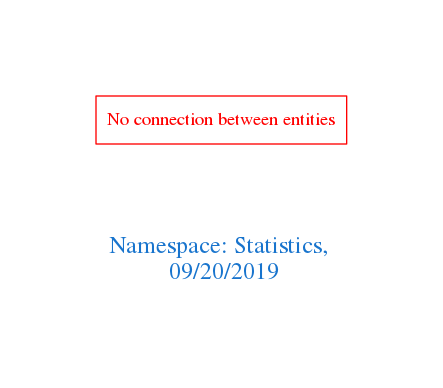
Above: downloads/Statistics.png in arago/OGIT (Graphviz), before the change. Its source is kept beside it as downloads/Statistics.dot.
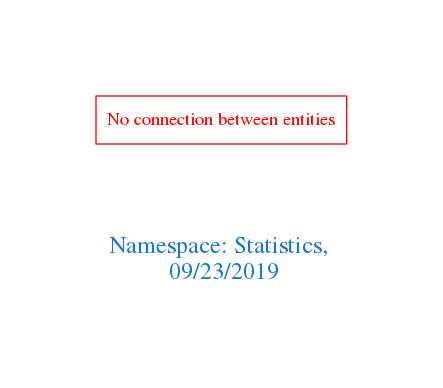
The same file after the commit.

Diff of the diagram source:
```diff
@@ -1,7 +1,7 @@
 digraph OGIT_ontology {
  graph [ rankdir= LR,pad=1
 fontsize = 18,
-fontcolor= dodgerblue3,label = "\n\n\nNamespace: Statistics, \n 09/20/2019"];
+fontcolor= dodgerblue3,label = "\n\n\nNamespace: Statistics, \n 09/23/2019"];
 node[shape=polygon];
 edge [  color="gray81"];
 
```
